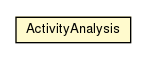
Before: javadocs/main/org/androidtransfuse/analysis/ActivityAnalysis.png, a diagram exported from Graphviz (johncarl81/transfuse). Its source is kept beside it as javadocs/main/org/androidtransfuse/analysis/ActivityAnalysis.dot. The source it was exported from:
```dot

digraph G {
	edge [fontname="Helvetica",fontsize=10,labelfontname="Helvetica",labelfontsize=10];
	node [fontname="Helvetica",fontsize=10,shape=plaintext];
	nodesep=0.25;
	ranksep=0.5;
	c23584 [label=<<table title="org.androidtransfuse.analysis.ActivityAnalysis" border="0" cellborder="1" cellspacing="0" cellpadding="2" port="p" bgcolor="lemonChiffon" href="./ActivityAnalysis.html">
		<tr><td><table border="0" cellspacing="0" cellpadding="1">
<tr><td align="center" balign="center"> ActivityAnalysis </td></tr>
		</table></td></tr>
		</table>>, fontname="Helvetica", fontcolor="black", fontsize=10.0];
}
```
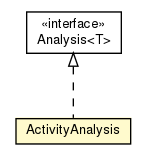
The same file after the commit.

Change to the diagram source:
```diff
@@ -4,9 +4,16 @@
 	node [fontname="Helvetica",fontsize=10,shape=plaintext];
 	nodesep=0.25;
 	ranksep=0.5;
-	c23584 [label=<<table title="org.androidtransfuse.analysis.ActivityAnalysis" border="0" cellborder="1" cellspacing="0" cellpadding="2" port="p" bgcolor="lemonChiffon" href="./ActivityAnalysis.html">
+	c24994 [label=<<table title="org.androidtransfuse.analysis.Analysis" border="0" cellborder="1" cellspacing="0" cellpadding="2" port="p" href="./Analysis.html">
+		<tr><td><table border="0" cellspacing="0" cellpadding="1">
+<tr><td align="center" balign="center"> &#171;interface&#187; </td></tr>
+<tr><td align="center" balign="center"> Analysis&lt;T&gt; </td></tr>
+		</table></td></tr>
+		</table>>, fontname="Helvetica", fontcolor="black", fontsize=10.0];
+	c24999 [label=<<table title="org.androidtransfuse.analysis.ActivityAnalysis" border="0" cellborder="1" cellspacing="0" cellpadding="2" port="p" bgcolor="lemonChiffon" href="./ActivityAnalysis.html">
 		<tr><td><table border="0" cellspacing="0" cellpadding="1">
 <tr><td align="center" balign="center"> ActivityAnalysis </td></tr>
 		</table></td></tr>
 		</table>>, fontname="Helvetica", fontcolor="black", fontsize=10.0];
+	c24994:p -> c24999:p [dir=back,arrowtail=empty,style=dashed];
 }
```
